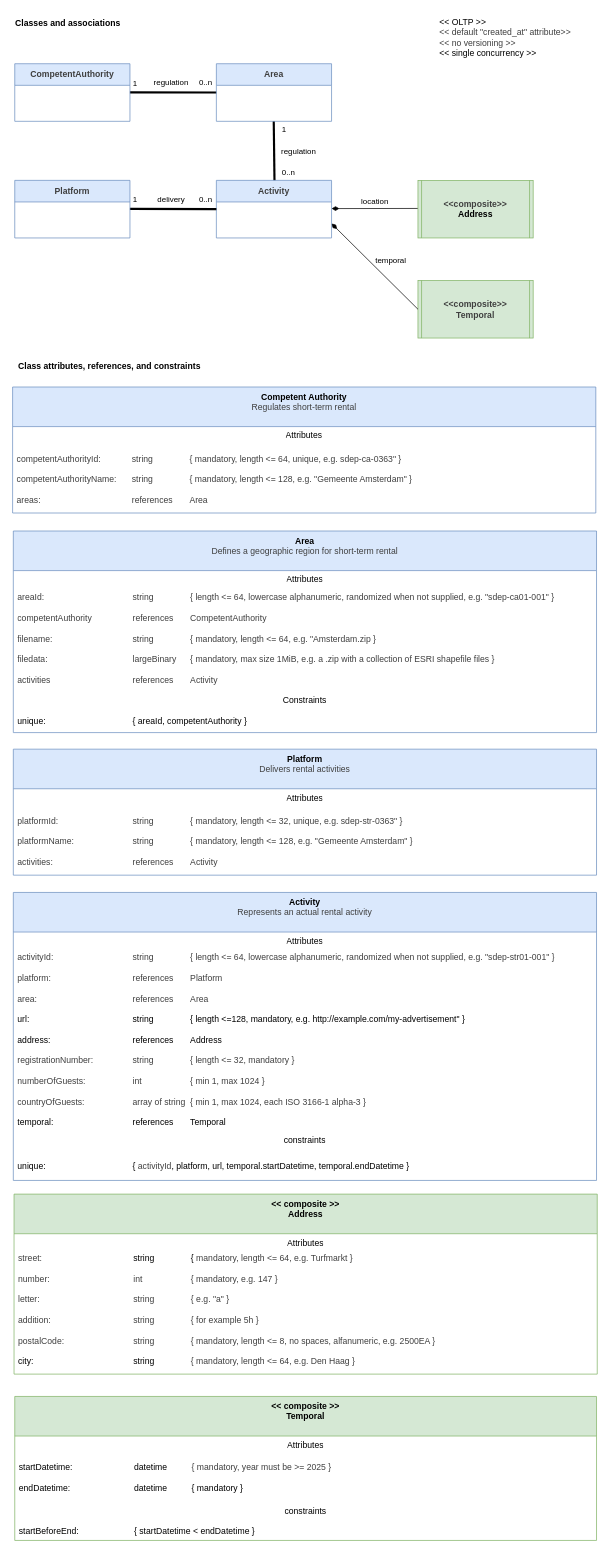
Earlier version of the draw.io diagram docs/Classes.drawio (MinBZK/sdep.gov.nl). Source tidied: cells renumbered, new cells numbered last; positions are measured from the earlier drawing's top-left corner, leaving out a move shared by most shapes. Both pictures are drawn from the tidied source at 72%, with x=0, y=0 at pixel (12, 12).
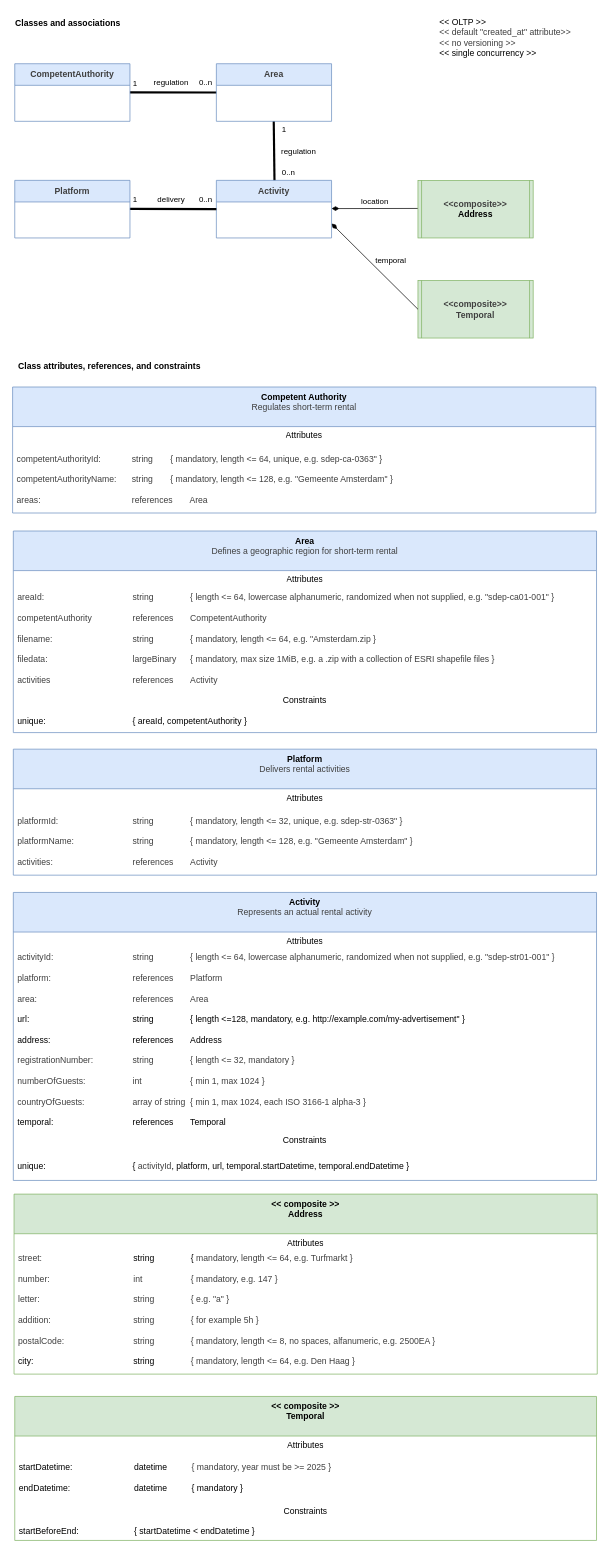
The same page after the edit.

Commit message (it also covers changes not shown here):
[skip-ci] Documentatie

The change refers to these unchanged cells:
```xml
<mxCell id="20" value="&lt;b&gt;Competent Authority&lt;/b&gt;&lt;div&gt;&lt;span style=&quot;color: rgb(63, 63, 63); text-align: left;&quot;&gt;Regulates short-term rental&lt;/span&gt;&lt;b&gt;&lt;/b&gt;&lt;/div&gt;" style="swimlane;fontStyle=0;align=center;verticalAlign=top;horizontal=1;startSize=55;html=1;whiteSpace=wrap;fillColor=#dae8fc;strokeColor=#6c8ebf;" parent="1" vertex="1">
  <mxGeometry y="520" width="810" height="175" as="geometry" />
</mxCell>
<mxCell id="31" value="&lt;div&gt;&lt;b style=&quot;background-color: transparent;&quot;&gt;Activity&lt;/b&gt;&lt;/div&gt;&lt;div&gt;&lt;div style=&quot;scrollbar-color: rgb(226, 226, 226) rgb(251, 251, 251); color: rgb(63, 63, 63);&quot;&gt;&lt;span style=&quot;scrollbar-color: rgb(226, 226, 226) rgb(251, 251, 251); background-color: transparent; color: rgb(63, 63, 63);&quot;&gt;Represents an actual rental activity&lt;/span&gt;&lt;/div&gt;&lt;div style=&quot;scrollbar-color: rgb(226, 226, 226) rgb(251, 251, 251); color: rgb(63, 63, 63);&quot;&gt;&lt;span style=&quot;scrollbar-color: rgb(226, 226, 226) rgb(251, 251, 251); background-color: transparent; color: rgb(63, 63, 63);&quot;&gt;&lt;br style=&quot;color: rgb(63, 63, 63); scrollbar-color: rgb(226, 226, 226) rgb(251, 251, 251);&quot;&gt;&lt;/span&gt;&lt;/div&gt;&lt;div style=&quot;scrollbar-color: rgb(226, 226, 226) rgb(251, 251, 251); color: rgb(63, 63, 63);&quot;&gt;&lt;br style=&quot;color: rgb(63, 63, 63); scrollbar-color: rgb(226, 226, 226) rgb(251, 251, 251); text-align: left;&quot;&gt;&lt;/div&gt;&lt;/div&gt;" style="swimlane;fontStyle=0;align=center;verticalAlign=top;horizontal=1;startSize=55;html=1;whiteSpace=wrap;fillColor=#dae8fc;strokeColor=#6c8ebf;" parent="1" vertex="1">
  <mxGeometry x="1" y="1222" width="810" height="400" as="geometry" />
</mxCell>
<mxCell id="36" value="&lt;div&gt;&lt;b&gt;&amp;lt;&amp;lt; composite &amp;gt;&amp;gt;&lt;/b&gt;&lt;/div&gt;&lt;b&gt;Temporal&lt;/b&gt;" style="swimlane;fontStyle=0;align=center;verticalAlign=top;horizontal=1;startSize=55;html=1;whiteSpace=wrap;fillColor=#d5e8d4;strokeColor=#82b366;" parent="1" vertex="1">
  <mxGeometry x="3" y="1922" width="808" height="200" as="geometry" />
</mxCell>
```

Diff of the diagram source:
```diff
@@
-    <mxCell id="22" value="&lt;div style=&quot;scrollbar-color: rgb(226, 226, 226) rgb(251, 251, 251); color: rgb(63, 63, 63);&quot;&gt;&lt;div style=&quot;scrollbar-color: rgb(226, 226, 226) rgb(251, 251, 251); color: rgb(63, 63, 63);&quot;&gt;&lt;div style=&quot;scrollbar-color: rgb(226, 226, 226) rgb(251, 251, 251); color: rgb(63, 63, 63);&quot;&gt;&lt;span style=&quot;background-color: transparent;&quot;&gt;competentAuthorityId:&lt;/span&gt;&lt;span style=&quot;background-color: transparent; white-space: pre;&quot;&gt;&#9;&lt;span style=&quot;white-space: pre;&quot;&gt;&#9;&lt;/span&gt;&lt;/span&gt;&lt;span style=&quot;background-color: transparent;&quot;&gt;string&lt;/span&gt;&lt;span style=&quot;background-color: transparent; white-space: pre;&quot;&gt;&#9;&lt;span style=&quot;white-space: pre;&quot;&gt;&#9;&lt;/span&gt;&lt;/span&gt;&lt;span style=&quot;background-color: transparent; color: rgb(63, 63, 63);&quot;&gt;{ mandatory, length &amp;lt;= 64, unique, e.g.&lt;/span&gt;&lt;span style=&quot;background-color: transparent;&quot;&gt;&amp;nbsp;sdep-ca-0363&quot; }&lt;/span&gt;&lt;/div&gt;&lt;div style=&quot;scrollbar-color: rgb(226, 226, 226) rgb(251, 251, 251); color: rgb(63, 63, 63);&quot;&gt;&lt;br&gt;&lt;/div&gt;&lt;div style=&quot;scrollbar-color: rgb(226, 226, 226) rgb(251, 251, 251); color: rgb(63, 63, 63);&quot;&gt;competentAuthorityName:&lt;span style=&quot;white-space: pre;&quot;&gt;&#9;&lt;/span&gt;string&lt;span style=&quot;white-space: pre;&quot;&gt;&#9;&lt;span style=&quot;white-space: pre;&quot;&gt;&#9;&lt;/span&gt;&lt;/span&gt;&lt;span style=&quot;background-color: transparent;&quot;&gt;{ mandatory, length &amp;lt;= 128, e.g.&amp;nbsp;&lt;/span&gt;&lt;span style=&quot;background-color: transparent;&quot;&gt;&quot;Gemeente Amsterdam&quot; }&lt;/span&gt;&lt;/div&gt;&lt;div style=&quot;color: rgb(63, 63, 63); scrollbar-color: rgb(226, 226, 226) rgb(251, 251, 251);&quot;&gt;&lt;br&gt;&lt;/div&gt;&lt;div style=&quot;color: rgb(63, 63, 63); scrollbar-color: rgb(226, 226, 226) rgb(251, 251, 251);&quot;&gt;&lt;span style=&quot;color: rgb(63, 63, 63);&quot;&gt;areas: &lt;span style=&quot;white-space: pre;&quot;&gt;&#9;&lt;span style=&quot;white-space: pre;&quot;&gt;&#9;&lt;/span&gt;&lt;span style=&quot;white-space: pre;&quot;&gt;&#9;&lt;/span&gt;&lt;span style=&quot;white-space: pre;&quot;&gt;&#9;&lt;/span&gt;&lt;span style=&quot;white-space: pre;&quot;&gt;&#9;&lt;/span&gt;&lt;/span&gt;references &lt;span style=&quot;white-space: pre;&quot;&gt;&#9;&lt;/span&gt;Area&lt;/span&gt;&lt;/div&gt;&lt;/div&gt;&lt;/div&gt;" style="text;html=1;strokeColor=none;fillColor=none;align=left;verticalAlign=middle;spacingLeft=4;spacingRight=4;overflow=hidden;whiteSpace=wrap;" parent="20" vertex="1">
+    <mxCell id="22" value="&lt;div style=&quot;scrollbar-color: rgb(226, 226, 226) rgb(251, 251, 251); color: rgb(63, 63, 63);&quot;&gt;&lt;div style=&quot;scrollbar-color: rgb(226, 226, 226) rgb(251, 251, 251); color: rgb(63, 63, 63);&quot;&gt;&lt;div style=&quot;scrollbar-color: rgb(226, 226, 226) rgb(251, 251, 251); color: rgb(63, 63, 63);&quot;&gt;&lt;font face=&quot;Helvetica&quot;&gt;&lt;span style=&quot;background-color: transparent;&quot;&gt;competentAuthorityId:&lt;/span&gt;&lt;span style=&quot;background-color: transparent; white-space: pre;&quot;&gt;&#9;&lt;span style=&quot;white-space: pre;&quot;&gt;&#9;&lt;/span&gt;&lt;/span&gt;&lt;span style=&quot;background-color: transparent;&quot;&gt;string&lt;span style=&quot;white-space: pre;&quot;&gt;&#9;&lt;/span&gt;&lt;/span&gt;&lt;span style=&quot;background-color: transparent; color: rgb(63, 63, 63);&quot;&gt;{ mandatory, length &amp;lt;= 64, unique, e.g.&lt;/span&gt;&lt;span style=&quot;background-color: transparent;&quot;&gt;&amp;nbsp;sdep-ca-0363&quot; }&lt;/span&gt;&lt;/font&gt;&lt;/div&gt;&lt;div style=&quot;scrollbar-color: rgb(226, 226, 226) rgb(251, 251, 251); color: rgb(63, 63, 63);&quot;&gt;&lt;font face=&quot;Helvetica&quot;&gt;&lt;br&gt;&lt;/font&gt;&lt;/div&gt;&lt;div style=&quot;scrollbar-color: rgb(226, 226, 226) rgb(251, 251, 251); color: rgb(63, 63, 63);&quot;&gt;&lt;font face=&quot;Helvetica&quot;&gt;competentAuthorityName:&lt;span style=&quot;white-space: pre;&quot;&gt;&#9;&lt;/span&gt;string&lt;span style=&quot;white-space: pre;&quot;&gt;&#9;&lt;/span&gt;&lt;span style=&quot;background-color: transparent;&quot;&gt;{ mandatory, length &amp;lt;= 128, e.g.&amp;nbsp;&lt;/span&gt;&lt;span style=&quot;background-color: transparent;&quot;&gt;&quot;Gemeente Amsterdam&quot; }&lt;/span&gt;&lt;/font&gt;&lt;/div&gt;&lt;div style=&quot;color: rgb(63, 63, 63); scrollbar-color: rgb(226, 226, 226) rgb(251, 251, 251);&quot;&gt;&lt;font face=&quot;Helvetica&quot;&gt;&lt;br&gt;&lt;/font&gt;&lt;/div&gt;&lt;div style=&quot;color: rgb(63, 63, 63); scrollbar-color: rgb(226, 226, 226) rgb(251, 251, 251);&quot;&gt;&lt;span style=&quot;color: rgb(63, 63, 63);&quot;&gt;&lt;font face=&quot;Helvetica&quot;&gt;areas: &lt;span style=&quot;white-space: pre;&quot;&gt;&#9;&lt;span style=&quot;white-space: pre;&quot;&gt;&#9;&lt;/span&gt;&lt;span style=&quot;white-space: pre;&quot;&gt;&#9;&lt;/span&gt;&lt;span style=&quot;white-space: pre;&quot;&gt;&#9;&lt;span style=&quot;white-space: pre;&quot;&gt;&#9;&lt;/span&gt;&lt;/span&gt;&lt;/span&gt;references &lt;span style=&quot;white-space: pre;&quot;&gt;&#9;&lt;/span&gt;Area&lt;/font&gt;&lt;/span&gt;&lt;/div&gt;&lt;/div&gt;&lt;/div&gt;" style="text;html=1;strokeColor=none;fillColor=none;align=left;verticalAlign=middle;spacingLeft=4;spacingRight=4;overflow=hidden;whiteSpace=wrap;" parent="20" vertex="1">
       <mxGeometry y="80" width="810" height="95" as="geometry" />
     </mxCell>
@@
-    <mxCell id="34" value="constraints" style="text;html=1;strokeColor=none;fillColor=none;align=center;verticalAlign=middle;spacingLeft=4;spacingRight=4;overflow=hidden;whiteSpace=wrap;" parent="31" vertex="1">
+    <mxCell id="34" value="Constraints" style="text;html=1;strokeColor=none;fillColor=none;align=center;verticalAlign=middle;spacingLeft=4;spacingRight=4;overflow=hidden;whiteSpace=wrap;" parent="31" vertex="1">
       <mxGeometry y="330" width="810" height="30" as="geometry" />
     </mxCell>
@@
-    <mxCell id="39" value="constraints" style="text;html=1;strokeColor=none;fillColor=none;align=center;verticalAlign=middle;spacingLeft=4;spacingRight=4;overflow=hidden;whiteSpace=wrap;" parent="36" vertex="1">
+    <mxCell id="39" value="Constraints" style="text;html=1;strokeColor=none;fillColor=none;align=center;verticalAlign=middle;spacingLeft=4;spacingRight=4;overflow=hidden;whiteSpace=wrap;" parent="36" vertex="1">
       <mxGeometry y="145" width="808" height="30" as="geometry" />
     </mxCell>
```
